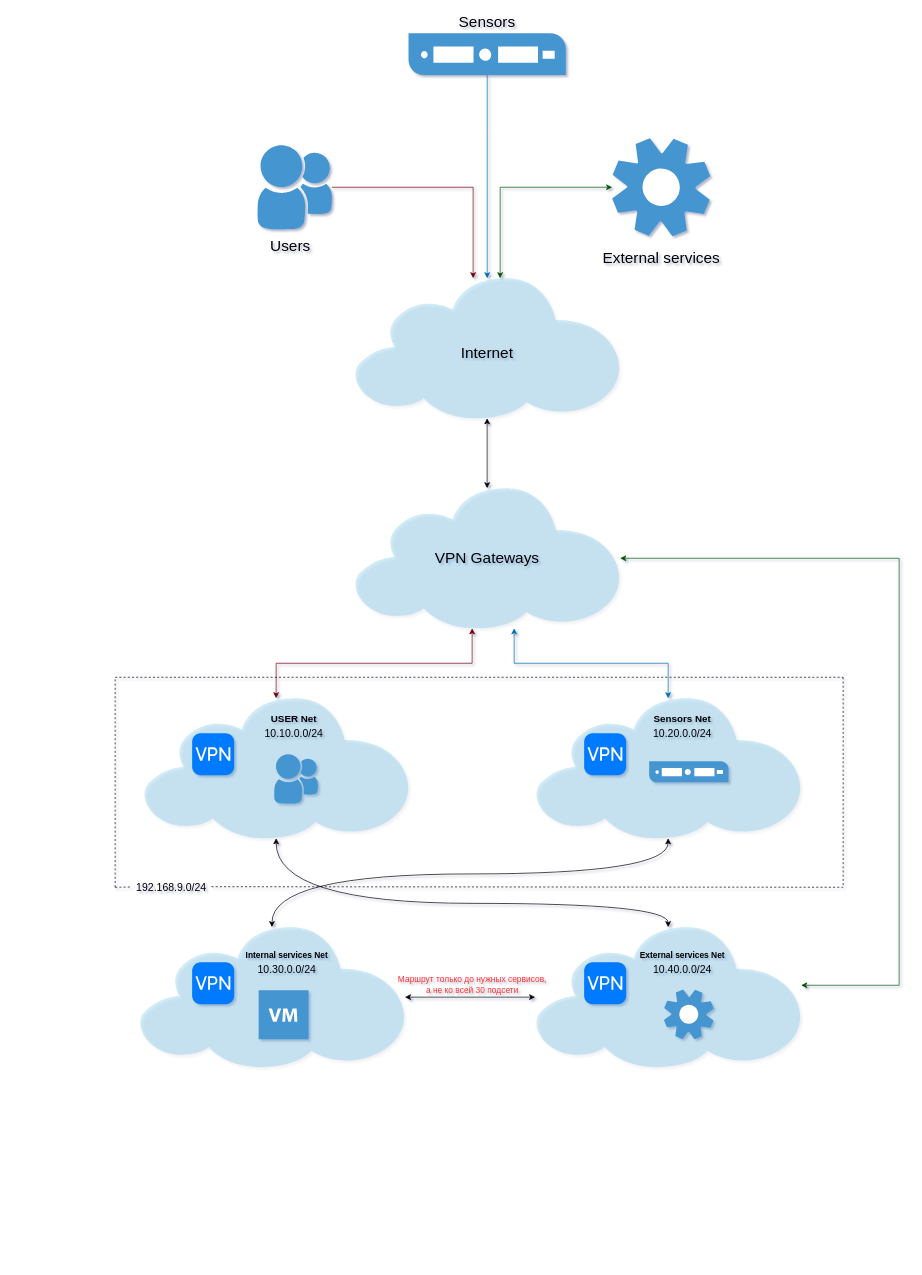
Above: network.drawio in versus666jzx/drawio_diagrams (draw.io), before the change. Source tidied: cells renumbered, new cells numbered last; positions are measured from the earlier drawing's top-left corner, leaving out a move shared by most shapes. Both pictures are drawn from the tidied source at 70%, with x=0, y=0 at pixel (115, 12).
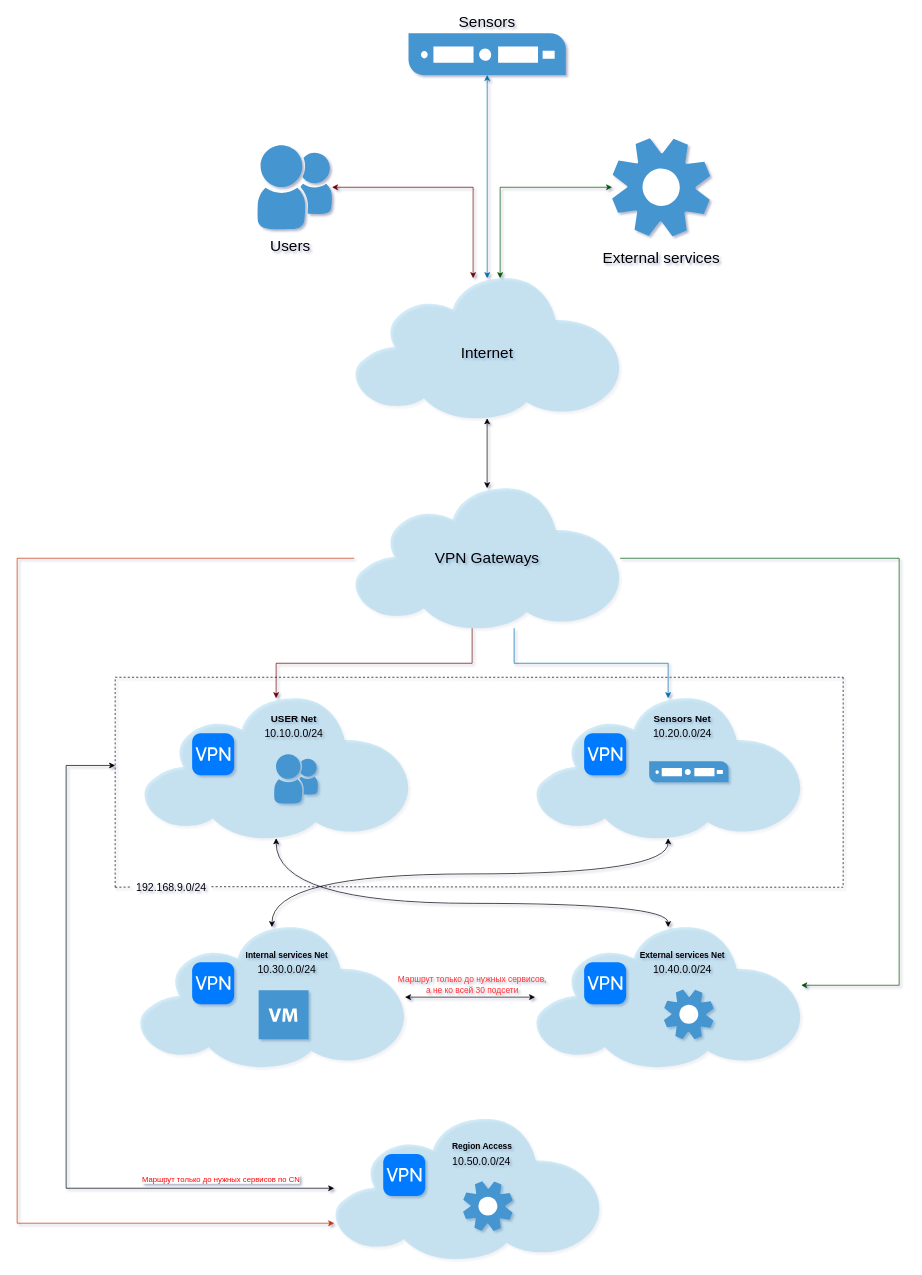
Above is the later version.

Commit message:
add vpn server

Unchanged cells that the change refers to:
```xml
<mxCell id="3" style="shadow=0;dashed=0;html=1;strokeColor=none;fillColor=#4495D1;labelPosition=center;verticalLabelPosition=bottom;verticalAlign=top;align=center;outlineConnect=0;shape=mxgraph.veeam.2d.cloud;" parent="1" vertex="1">
  <mxGeometry x="40" y="980" width="380" height="200" as="geometry" />
</mxCell>
<mxCell id="5" style="shadow=0;dashed=0;html=1;strokeColor=none;fillColor=#4495D1;labelPosition=center;verticalLabelPosition=bottom;verticalAlign=top;align=center;outlineConnect=0;shape=mxgraph.veeam.2d.cloud;" parent="1" vertex="1">
  <mxGeometry x="600" y="980" width="380" height="200" as="geometry" />
</mxCell>
<mxCell id="6" style="shadow=0;dashed=0;html=1;strokeColor=none;fillColor=#4495D1;labelPosition=center;verticalLabelPosition=bottom;verticalAlign=top;align=center;outlineConnect=0;shape=mxgraph.veeam.2d.cloud;" parent="1" vertex="1">
  <mxGeometry x="600" y="1307" width="380" height="200" as="geometry" />
</mxCell>
<mxCell id="30" style="shadow=0;dashed=0;html=1;strokeColor=none;fillColor=#4495D1;labelPosition=center;verticalLabelPosition=bottom;verticalAlign=top;align=center;outlineConnect=0;shape=mxgraph.veeam.2d.cloud;" parent="1" vertex="1">
  <mxGeometry x="341.4" y="380" width="380" height="200" as="geometry" />
</mxCell>
<mxCell id="33" style="shadow=0;dashed=0;html=1;strokeColor=none;fillColor=#4495D1;labelPosition=center;verticalLabelPosition=bottom;verticalAlign=top;align=center;outlineConnect=0;shape=mxgraph.veeam.2d.group;" parent="1" vertex="1">
  <mxGeometry x="203.2" y="190" width="106.5" height="120" as="geometry" />
</mxCell>
<mxCell id="35" style="shadow=0;dashed=0;html=1;strokeColor=none;fillColor=#4495D1;labelPosition=center;verticalLabelPosition=bottom;verticalAlign=top;align=center;outlineConnect=0;shape=mxgraph.veeam.server;fontSize=22;" parent="1" vertex="1">
  <mxGeometry x="419.1" y="30" width="224.7" height="59.5" as="geometry" />
</mxCell>
<mxCell id="40" style="shadow=0;dashed=0;html=1;strokeColor=none;fillColor=#4495D1;labelPosition=center;verticalLabelPosition=bottom;verticalAlign=top;align=center;outlineConnect=0;shape=mxgraph.veeam.2d.cloud;" parent="1" vertex="1">
  <mxGeometry x="341.4" y="680" width="380" height="200" as="geometry" />
</mxCell>
```

Diff of the diagram source:
```diff
@@
-    <mxCell id="32" style="edgeStyle=orthogonalEdgeStyle;rounded=0;jettySize=auto;html=1;strokeColor=#6F0000;fontSize=22;fillColor=#a20025;" parent="1" edge="1" source="33" target="30">
+    <mxCell id="32" style="edgeStyle=orthogonalEdgeStyle;rounded=0;jettySize=auto;html=1;strokeColor=#6F0000;fontSize=22;fillColor=#a20025;startArrow=classic;startFill=1;" parent="1" edge="1" source="33" target="30">
       <mxGeometry relative="1" as="geometry">
         <Array as="points">
           <mxPoint x="511.4" y="250" />
         </Array>
       </mxGeometry>
     </mxCell>
@@
-    <mxCell id="34" style="edgeStyle=orthogonalEdgeStyle;rounded=0;jettySize=auto;html=1;strokeColor=#006EAF;fontSize=22;fillColor=#1ba1e2;" parent="1" edge="1" source="35" target="30">
+    <mxCell id="34" style="edgeStyle=orthogonalEdgeStyle;rounded=0;jettySize=auto;html=1;strokeColor=#006EAF;fontSize=22;fillColor=#1ba1e2;startArrow=classic;startFill=1;" parent="1" edge="1" source="35" target="30">
       <mxGeometry relative="1" as="geometry">
         <Array as="points">
           <mxPoint x="532" y="170" />
           <mxPoint x="532" y="170" />
         </Array>
       </mxGeometry>
     </mxCell>
@@
-    <mxCell id="37" style="edgeStyle=orthogonalEdgeStyle;rounded=0;jettySize=auto;html=1;startArrow=classic;startFill=1;strokeColor=#6F0000;fontSize=22;fillColor=#a20025;" parent="1" edge="1" source="40" target="3">
+    <mxCell id="37" style="edgeStyle=orthogonalEdgeStyle;rounded=0;jettySize=auto;html=1;startArrow=none;startFill=0;strokeColor=#6F0000;fontSize=22;fillColor=#a20025;" parent="1" edge="1" source="40" target="3">
       <mxGeometry relative="1" as="geometry">
         <Array as="points">
           <mxPoint x="510" y="930" />
           <mxPoint x="230" y="930" />
         </Array>
       </mxGeometry>
     </mxCell>
-    <mxCell id="38" style="edgeStyle=orthogonalEdgeStyle;rounded=0;jettySize=auto;html=1;startArrow=classic;startFill=1;strokeColor=#006EAF;fontSize=22;fillColor=#1ba1e2;" parent="1" edge="1" source="40" target="5">
+    <mxCell id="38" style="edgeStyle=orthogonalEdgeStyle;rounded=0;jettySize=auto;html=1;startArrow=none;startFill=0;strokeColor=#006EAF;fontSize=22;fillColor=#1ba1e2;" parent="1" edge="1" source="40" target="5">
       <mxGeometry relative="1" as="geometry">
         <Array as="points">
           <mxPoint x="570" y="930" />
           <mxPoint x="790" y="930" />
         </Array>
       </mxGeometry>
     </mxCell>
-    <mxCell id="39" style="edgeStyle=orthogonalEdgeStyle;rounded=0;jettySize=auto;html=1;startArrow=classic;startFill=1;strokeColor=#005700;fontSize=22;fillColor=#008a00;" parent="1" edge="1" source="40" target="6">
+    <mxCell id="39" style="edgeStyle=orthogonalEdgeStyle;rounded=0;jettySize=auto;html=1;startArrow=none;startFill=0;strokeColor=#005700;fontSize=22;fillColor=#008a00;" parent="1" edge="1" source="40" target="6">
       <mxGeometry relative="1" as="geometry">
         <Array as="points">
           <mxPoint x="1120" y="780" />
           <mxPoint x="1120" y="1390" />
         </Array>
       </mxGeometry>
     </mxCell>
+    <mxCell id="49" style="edgeStyle=orthogonalEdgeStyle;rounded=0;jettySize=auto;html=1;fillColor=#fa6800;strokeColor=#C73500;" parent="1" edge="1" source="40" target="52">
+      <mxGeometry relative="1" as="geometry">
+        <Array as="points">
+          <mxPoint x="-140" y="780" />
+          <mxPoint x="-140" y="1730" />
+        </Array>
+      </mxGeometry>
+    </mxCell>
@@
+    <mxCell id="50" style="edgeStyle=orthogonalEdgeStyle;rounded=0;orthogonalLoop=1;jettySize=auto;html=1;startArrow=classic;startFill=1;" parent="1" edge="1">
+      <mxGeometry relative="1" as="geometry">
+        <mxPoint x="313" y="1680" as="sourcePoint" />
+        <mxPoint y="1076" as="targetPoint" />
+        <Array as="points">
+          <mxPoint x="-70" y="1680" />
+          <mxPoint x="-70" y="1076" />
+        </Array>
+      </mxGeometry>
+    </mxCell>
+    <mxCell id="51" value="Маршрут только до нужных сервисов по CN" style="edgeLabel;html=1;align=center;verticalAlign=middle;fontColor=#FF0000;" parent="50" vertex="1">
+      <mxGeometry x="-0.69" y="3" relative="1" as="geometry">
+        <mxPoint x="1" y="-17" as="offset" />
+      </mxGeometry>
+    </mxCell>
+    <mxCell id="52" style="shadow=0;dashed=0;html=1;strokeColor=none;fillColor=#4495D1;labelPosition=center;verticalLabelPosition=bottom;verticalAlign=top;align=center;outlineConnect=0;shape=mxgraph.veeam.2d.cloud;" parent="1" vertex="1">
+      <mxGeometry x="313" y="1581" width="380" height="200" as="geometry" />
+    </mxCell>
+    <mxCell id="53" style="html=1;strokeWidth=1;shadow=0;dashed=0;shape=mxgraph.ios7.misc.vpn;fillColor=#007AFF;strokeColor=none;buttonText=;strokeColor2=#222222;fontColor=#222222;fontSize=8;verticalLabelPosition=bottom;verticalAlign=top;align=center;" parent="1" vertex="1">
+      <mxGeometry x="383" y="1631" width="60" height="60" as="geometry" />
+    </mxCell>
+    <mxCell id="54" value="Region Access" style="text;html=1;align=center;verticalAlign=middle;fontStyle=1;fontSize=12;" parent="1" vertex="1">
+      <mxGeometry x="476" y="1612" width="95" height="18" as="geometry" />
+    </mxCell>
+    <mxCell id="55" value="10.50.0.0/24" style="text;html=1;align=center;verticalAlign=middle;fontSize=15;" parent="1" vertex="1">
+      <mxGeometry x="478" y="1630" width="90" height="22" as="geometry" />
+    </mxCell>
+    <mxCell id="56" style="shadow=0;dashed=0;html=1;strokeColor=none;fillColor=#4495D1;labelPosition=center;verticalLabelPosition=bottom;verticalAlign=top;align=center;shape=mxgraph.veeam.2d.service;" parent="1" vertex="1">
+      <mxGeometry x="497" y="1670" width="71" height="71" as="geometry" />
+    </mxCell>
```
